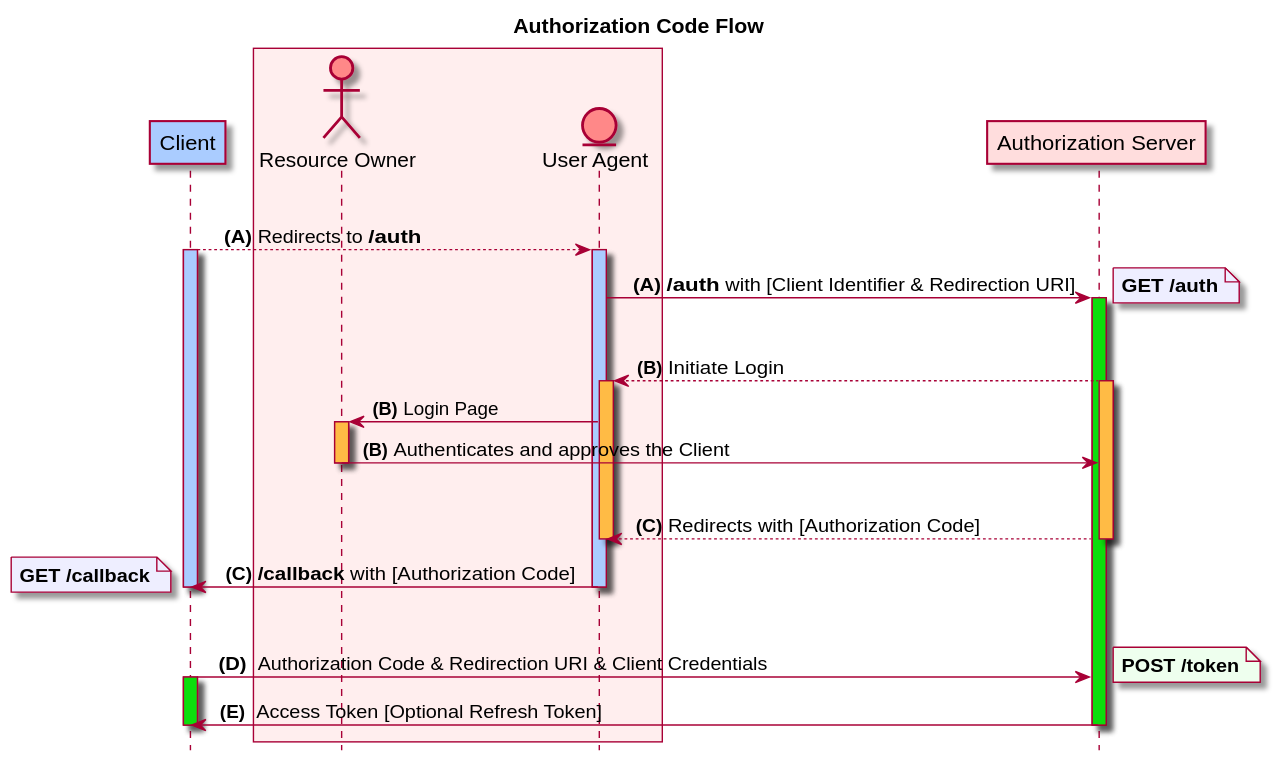
Above: diagrams/003-authorization-code.svg in naderghanbari/oauth2-slides (PlantUML), before the change. The source it was exported from:
```plantuml
@startuml

title Authorization Code Flow
hide footbox
skinparam {
  ParticipantPadding 5
  BoxPadding 5
}

participant "Client"                as CL       #ACF
box #FEE
actor       "Resource Owner"        as RO       #F88
entity      "User Agent"            as UA       #F88
end box
participant "Authorization Server"  as AS       #FDD

|||
CL-->UA:   <b>   (A)</b> Redirects to <b>/auth</b>
activate CL #ACF
activate UA #ACF
UA->AS:   <b>   (A) <b>/auth</b> with [Client Identifier & Redirection URI]
note right #EEF: <b>GET /auth</b>

activate AS #1D1
|||
UA<--AS: <b>(B)</b> Initiate Login
activate UA #FB4
activate AS #FB4
UA->RO: <b>(B)</b> Login Page
activate RO #FB4
RO->AS: <b>  (B)</b> Authenticates and approves the Client
deactivate RO

|||
UA<--AS: <b> (C)</b> Redirects with [Authorization Code]
deactivate AS
deactivate UA
CL<-UA: <b>  (C)</b> <b>/callback</b> with [Authorization Code]
note left #EEF: <b>GET /callback</b>
deactivate UA
deactivate CL

|||
CL->AS: <b>  (D)</b>  Authorization Code & Redirection URI & Client Credentials
note right #EFE: <b>POST /token</b>
activate CL #1D1
CL<-AS: <b> (E)</b>  Access Token [Optional Refresh Token]
deactivate CL
deactivate AS

@enduml
```
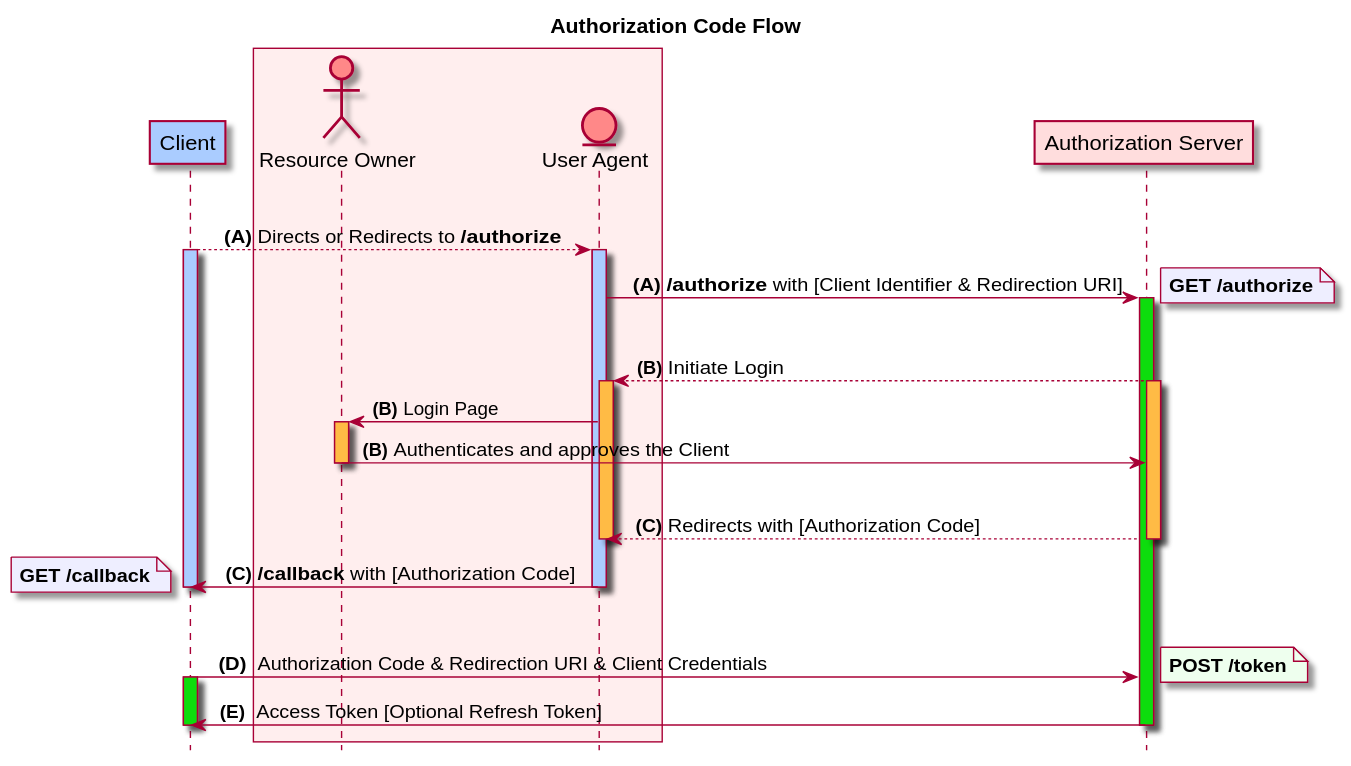
After the commit.

Commit message:
Authorization code flow

Diff of the diagram source:
```diff
@@ -15,11 +15,11 @@
 participant "Authorization Server"  as AS       #FDD
 
 |||
-CL-->UA:   <b>   (A)</b> Redirects to <b>/auth</b>
+CL-->UA:   <b>   (A)</b> Directs or Redirects to <b>/authorize</b>
 activate CL #ACF
 activate UA #ACF
-UA->AS:   <b>   (A) <b>/auth</b> with [Client Identifier & Redirection URI]
-note right #EEF: <b>GET /auth</b>
+UA->AS:   <b>   (A) <b>/authorize</b> with [Client Identifier & Redirection URI]
+note right #EEF: <b>GET /authorize</b>
 
 activate AS #1D1
 |||
```
